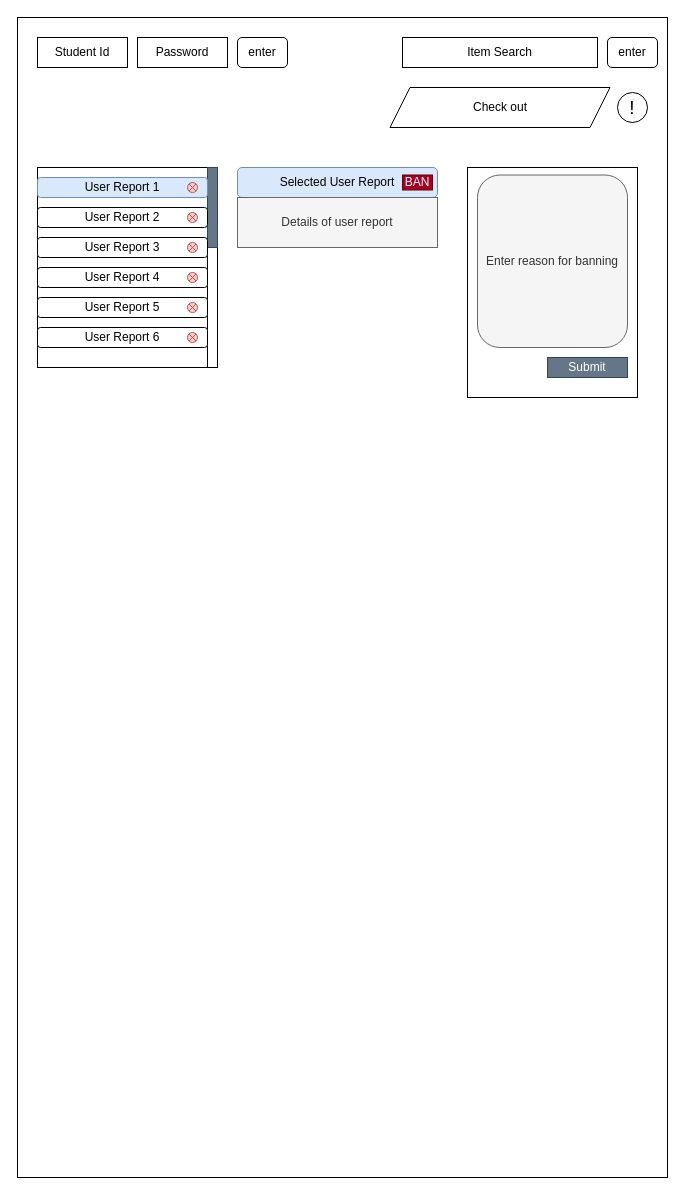
Above: ban_page.drawio in 221205-test-engineering/WVU-Free-Stuff-Marketplace (draw.io), before the change. Source tidied: cells renumbered, new cells numbered last; positions are measured from the earlier drawing's top-left corner, leaving out a move shared by most shapes. Both pictures are drawn from the tidied source at 100%, with x=0, y=0 at pixel (17, 17).
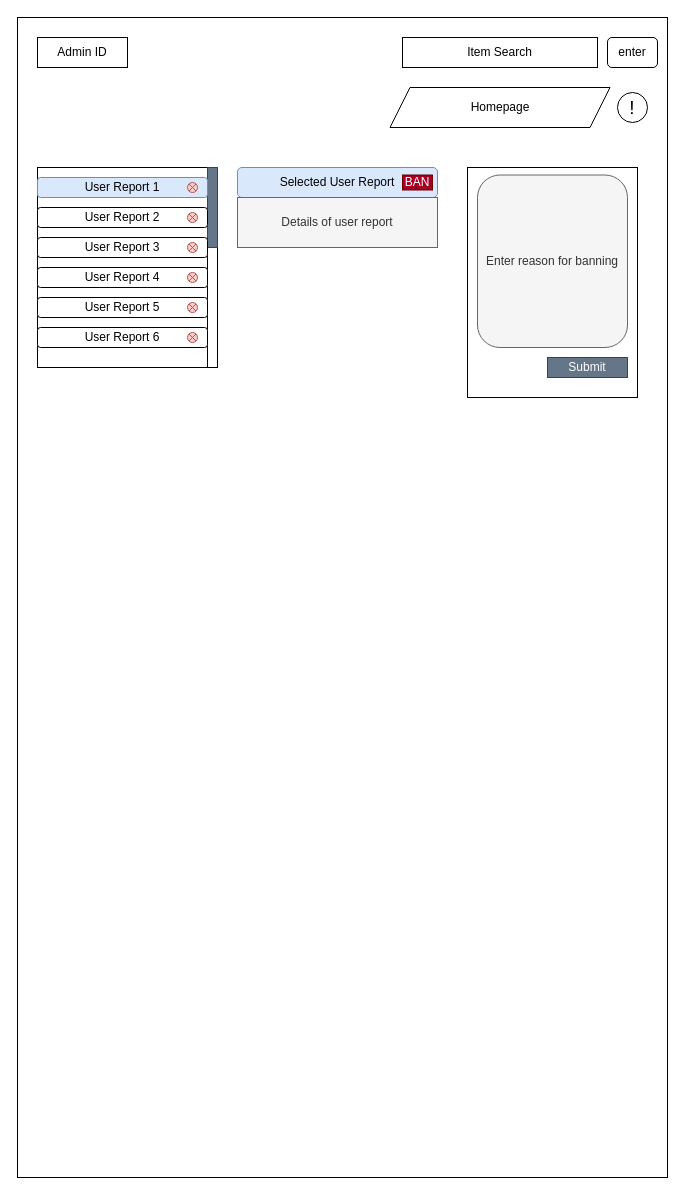
The same diagram, later.

Commit message (it also covers changes not shown here):
minor changes to feature file and ban page image

Diff of the diagram source:
```diff
@@
-    <mxCell id="3" value="Student Id" style="rounded=0;whiteSpace=wrap;html=1;" parent="1" vertex="1">
+    <mxCell id="3" value="Admin ID" style="rounded=0;whiteSpace=wrap;html=1;" parent="1" vertex="1">
       <mxGeometry x="20" y="20" width="90" height="30" as="geometry" />
     </mxCell>
-    <mxCell id="4" value="Password" style="rounded=0;whiteSpace=wrap;html=1;" parent="1" vertex="1">
-      <mxGeometry x="120" y="20" width="90" height="30" as="geometry" />
-    </mxCell>
@@
-    <mxCell id="7" value="enter" style="rounded=1;whiteSpace=wrap;html=1;" parent="1" vertex="1">
-      <mxGeometry x="220" y="20" width="50" height="30" as="geometry" />
-    </mxCell>
-    <mxCell id="8" value="Check out" style="shape=parallelogram;perimeter=parallelogramPerimeter;whiteSpace=wrap;html=1;fixedSize=1;" parent="1" vertex="1">
+    <mxCell id="8" value="Homepage" style="shape=parallelogram;perimeter=parallelogramPerimeter;whiteSpace=wrap;html=1;fixedSize=1;" parent="1" vertex="1">
       <mxGeometry x="372.5" y="70" width="220" height="40" as="geometry" />
     </mxCell>
```
